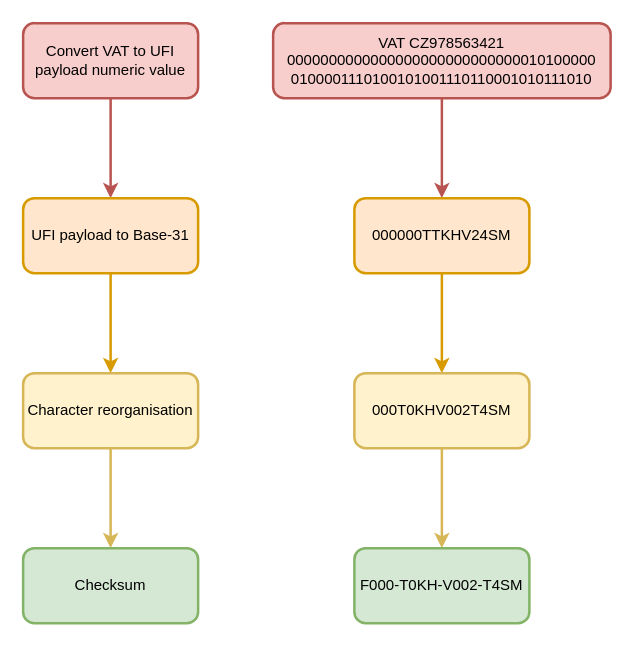
Before: diagram.drawio in PetrPodrazil/UFI, a draw.io diagram. Source tidied: cells renumbered, new cells numbered last; positions are measured from the earlier drawing's top-left corner, leaving out a move shared by most shapes. Both pictures are drawn from the tidied source at 125%, with x=0, y=0 at pixel (22, 22).
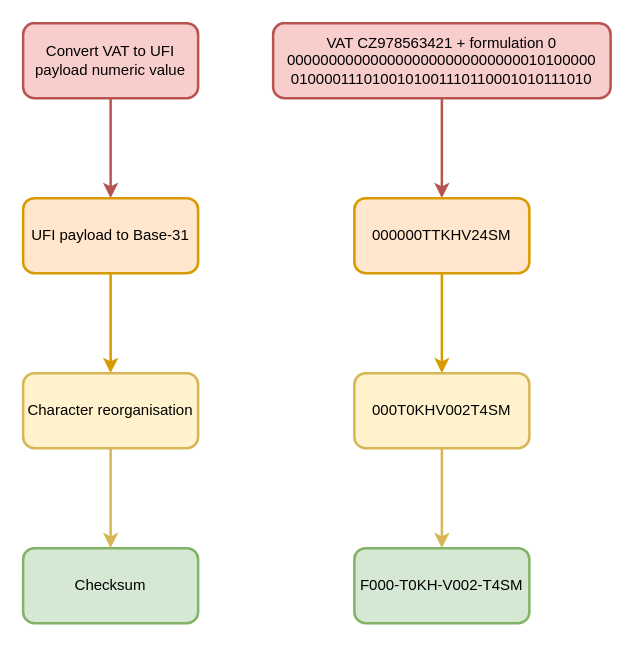
The same page after the edit.

The edit, as a diff of the source:
```diff
@@
 <mxGraphModel>
   <root>
     <mxCell id="0" />
     <mxCell id="1" parent="0" />
     <mxCell id="2" style="edgeStyle=orthogonalEdgeStyle;rounded=0;jettySize=auto;html=1;exitX=0.5;exitY=1;exitDx=0;exitDy=0;entryX=0.5;entryY=0;entryDx=0;entryDy=0;strokeWidth=2;fillColor=#f8cecc;strokeColor=#b85450;" parent="1" edge="1" source="3" target="5">
       <mxGeometry relative="1" as="geometry" />
     </mxCell>
     <mxCell id="3" value="Convert VAT to UFI payload numeric value" style="rounded=1;whiteSpace=wrap;html=1;strokeWidth=2;fillColor=#f8cecc;strokeColor=#b85450;" parent="1" vertex="1">
       <mxGeometry width="140" height="60" as="geometry" />
     </mxCell>
     <mxCell id="4" style="edgeStyle=orthogonalEdgeStyle;rounded=0;jettySize=auto;html=1;exitX=0.5;exitY=1;exitDx=0;exitDy=0;strokeWidth=2;fillColor=#ffe6cc;strokeColor=#d79b00;" parent="1" edge="1" source="5" target="7">
       <mxGeometry relative="1" as="geometry" />
     </mxCell>
     <mxCell id="5" value="UFI payload to Base-31" style="rounded=1;whiteSpace=wrap;html=1;strokeWidth=2;fillColor=#ffe6cc;strokeColor=#d79b00;" parent="1" vertex="1">
       <mxGeometry y="140" width="140" height="60" as="geometry" />
     </mxCell>
     <mxCell id="6" style="edgeStyle=orthogonalEdgeStyle;rounded=0;jettySize=auto;html=1;exitX=0.5;exitY=1;exitDx=0;exitDy=0;entryX=0.5;entryY=0;entryDx=0;entryDy=0;strokeWidth=2;fillColor=#fff2cc;strokeColor=#d6b656;" parent="1" edge="1" source="7" target="8">
       <mxGeometry relative="1" as="geometry" />
     </mxCell>
     <mxCell id="7" value="Character reorganisation" style="rounded=1;whiteSpace=wrap;html=1;strokeWidth=2;fillColor=#fff2cc;strokeColor=#d6b656;" parent="1" vertex="1">
       <mxGeometry y="280" width="140" height="60" as="geometry" />
     </mxCell>
     <mxCell id="8" value="Checksum" style="rounded=1;whiteSpace=wrap;html=1;strokeWidth=2;fillColor=#d5e8d4;strokeColor=#82b366;" parent="1" vertex="1">
       <mxGeometry y="420" width="140" height="60" as="geometry" />
     </mxCell>
     <mxCell id="9" style="edgeStyle=orthogonalEdgeStyle;rounded=0;jettySize=auto;html=1;exitX=0.5;exitY=1;exitDx=0;exitDy=0;entryX=0.5;entryY=0;entryDx=0;entryDy=0;strokeWidth=2;fillColor=#f8cecc;strokeColor=#b85450;" parent="1" edge="1" source="10" target="12">
       <mxGeometry relative="1" as="geometry" />
     </mxCell>
-    <mxCell id="10" value="VAT CZ978563421&lt;br&gt;0000000000000000000000000000010100000&lt;br&gt;0100001110100101001110110001010111010&lt;br&gt;" style="rounded=1;whiteSpace=wrap;html=1;strokeWidth=2;fillColor=#f8cecc;strokeColor=#b85450;" parent="1" vertex="1">
+    <mxCell id="10" value="VAT CZ978563421 + formulation 0&lt;br&gt;0000000000000000000000000000010100000&lt;br&gt;0100001110100101001110110001010111010&lt;br&gt;" style="rounded=1;whiteSpace=wrap;html=1;strokeWidth=2;fillColor=#f8cecc;strokeColor=#b85450;" parent="1" vertex="1">
       <mxGeometry x="200" width="270" height="60" as="geometry" />
     </mxCell>
     <mxCell id="11" style="edgeStyle=orthogonalEdgeStyle;rounded=0;jettySize=auto;html=1;exitX=0.5;exitY=1;exitDx=0;exitDy=0;strokeWidth=2;fillColor=#ffe6cc;strokeColor=#d79b00;" parent="1" edge="1" source="12" target="14">
       <mxGeometry relative="1" as="geometry" />
     </mxCell>
     <mxCell id="12" value="000000TTKHV24SM" style="rounded=1;whiteSpace=wrap;html=1;strokeWidth=2;fillColor=#ffe6cc;strokeColor=#d79b00;" parent="1" vertex="1">
       <mxGeometry x="265" y="140" width="140" height="60" as="geometry" />
     </mxCell>
     <mxCell id="13" style="edgeStyle=orthogonalEdgeStyle;rounded=0;jettySize=auto;html=1;exitX=0.5;exitY=1;exitDx=0;exitDy=0;entryX=0.5;entryY=0;entryDx=0;entryDy=0;strokeWidth=2;fillColor=#fff2cc;strokeColor=#d6b656;" parent="1" edge="1" source="14" target="15">
       <mxGeometry relative="1" as="geometry" />
     </mxCell>
     <mxCell id="14" value="000T0KHV002T4SM" style="rounded=1;whiteSpace=wrap;html=1;strokeWidth=2;fillColor=#fff2cc;strokeColor=#d6b656;" parent="1" vertex="1">
       <mxGeometry x="265" y="280" width="140" height="60" as="geometry" />
     </mxCell>
     <mxCell id="15" value="F000-T0KH-V002-T4SM" style="rounded=1;whiteSpace=wrap;html=1;strokeWidth=2;fillColor=#d5e8d4;strokeColor=#82b366;" parent="1" vertex="1">
       <mxGeometry x="265" y="420" width="140" height="60" as="geometry" />
     </mxCell>
   </root>
 </mxGraphModel>
```
